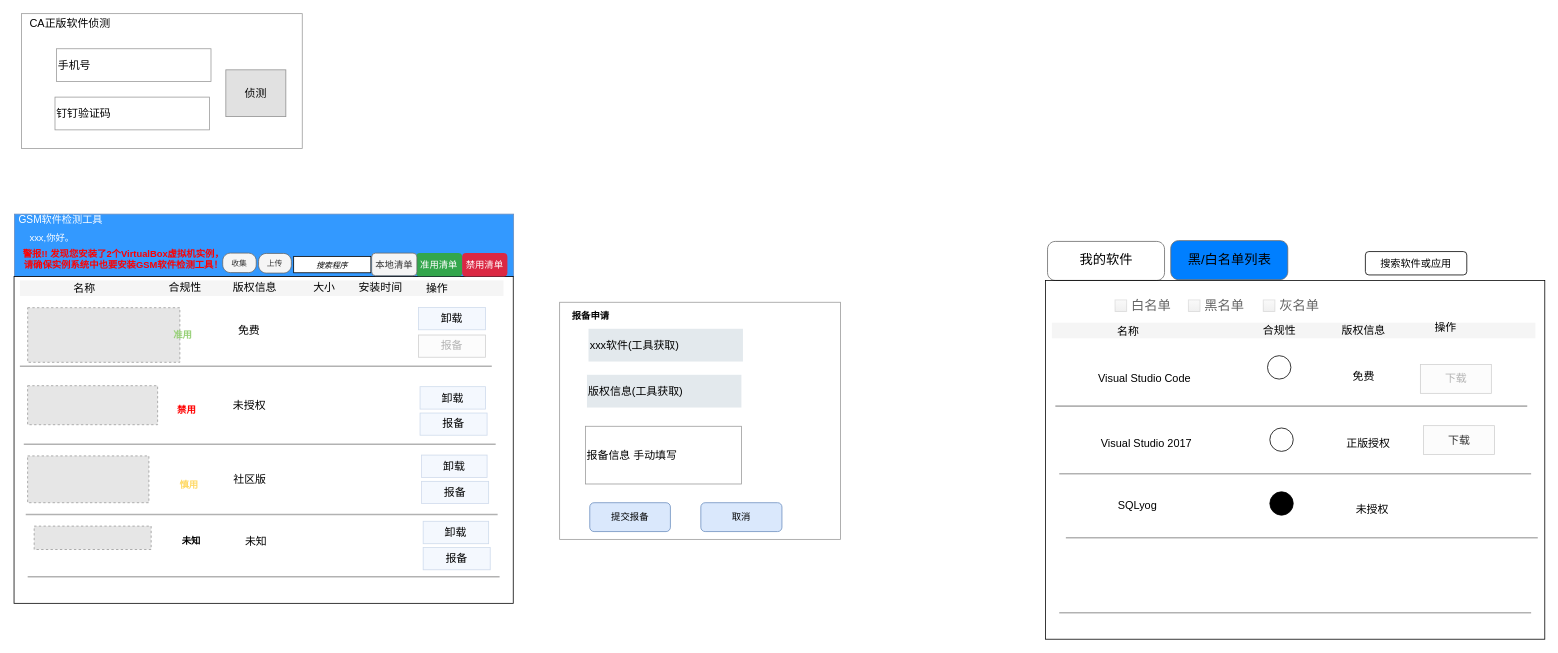
The draw.io diagram page "客户端v3" (7 of 8) of 正版软件管理.drawio in mashifei/uml, before the edit. Source tidied: cells renumbered, new cells numbered last; positions are measured from the earlier drawing's top-left corner, leaving out a move shared by most shapes. Both pictures are drawn from the tidied source at 78%, with x=0, y=0 at pixel (13, 13). Pictures stored in the file or linked from it are replaced by grey dashed boxes.
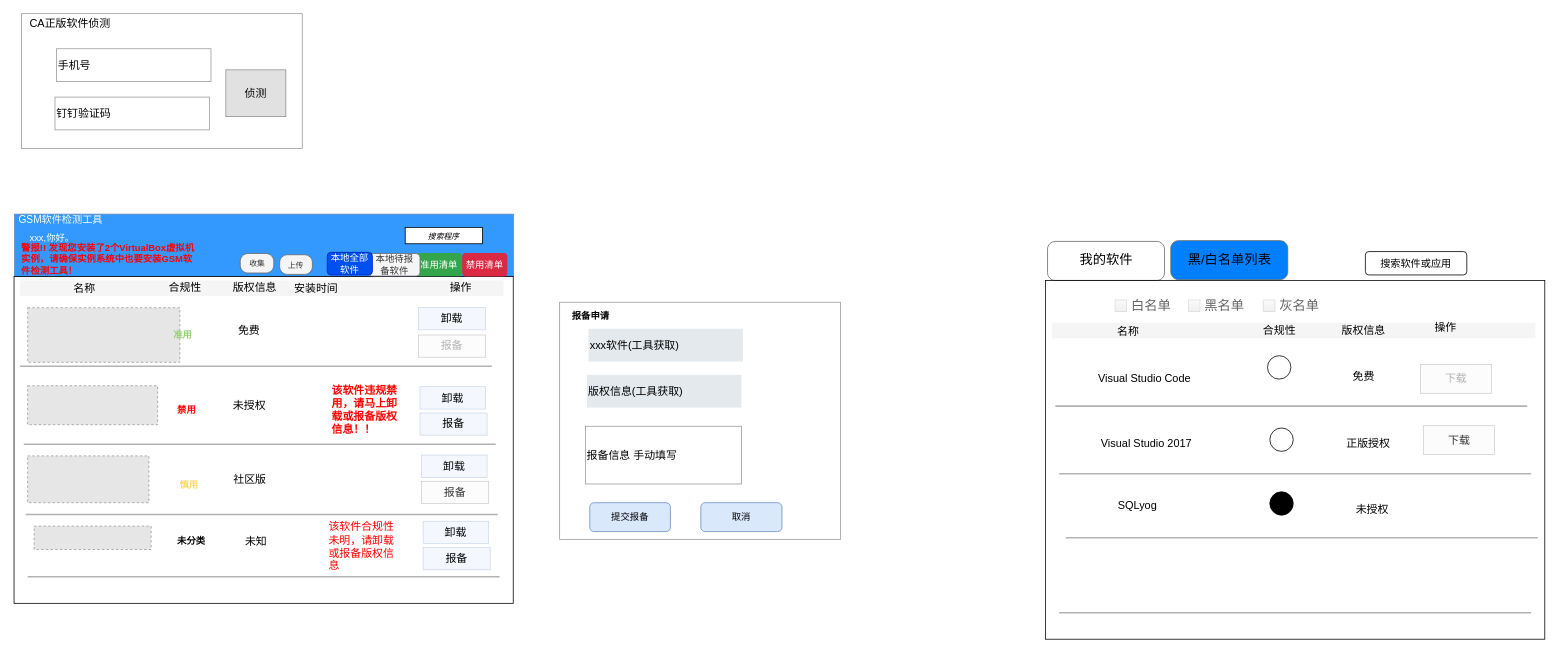
The same diagram, later.

Diff of the diagram source:
```diff
@@
     <mxCell id="4" value="收集" style="strokeWidth=1;shadow=0;dashed=0;align=center;html=1;shape=mxgraph.mockup.buttons.button;strokeColor=#666666;fontColor=#333333;mainText=;buttonStyle=round;fontSize=10;fontStyle=0;fillColor=#f5f5f5;whiteSpace=wrap;" parent="1" vertex="1">
-      <mxGeometry x="268" y="307" width="43" height="25" as="geometry" />
+      <mxGeometry x="290.5" y="307.5" width="43" height="25" as="geometry" />
     </mxCell>
@@
     <mxCell id="9" value="操作" style="text;html=1;strokeColor=none;fillColor=none;align=center;verticalAlign=middle;whiteSpace=wrap;rounded=0;shadow=0;sketch=0;fontSize=14;" parent="1" vertex="1">
-      <mxGeometry x="458" y="342" width="170" height="20" as="geometry" />
+      <mxGeometry x="525.5" y="341" width="95" height="20" as="geometry" />
     </mxCell>
@@
-    <mxCell id="54" value="报备" style="rounded=0;whiteSpace=wrap;html=1;shadow=0;sketch=0;fillColor=#dae8fc;fontSize=14;opacity=30;strokeColor=#6c8ebf;" parent="1" vertex="1">
+    <mxCell id="54" value="报备" style="rounded=0;whiteSpace=wrap;html=1;shadow=0;sketch=0;fillColor=#f5f5f5;fontSize=14;opacity=30;strokeColor=#666666;fontColor=#333333;" parent="1" vertex="1">
       <mxGeometry x="523" y="599.6" width="86" height="28.5" as="geometry" />
     </mxCell>
@@
-    <mxCell id="70" value="警报!! 发现您安装了2个VirtualBox虚拟机实例，请确保实例系统中也要安装GSM软件检测工具！" style="text;html=1;strokeColor=none;fillColor=none;align=center;verticalAlign=middle;whiteSpace=wrap;rounded=0;fontStyle=1;fontColor=#FF0000;" parent="1" vertex="1">
-      <mxGeometry x="8" y="305" width="266" height="20" as="geometry" />
+    <mxCell id="70" value="警报!! 发现您安装了2个VirtualBox虚拟机实例，请确保实例系统中也要安装GSM软件检测工具！" style="text;html=1;strokeColor=none;fillColor=none;align=left;verticalAlign=middle;whiteSpace=wrap;rounded=0;fontStyle=1;fontColor=#FF0000;" parent="1" vertex="1">
+      <mxGeometry x="8" y="305" width="230" height="20" as="geometry" />
     </mxCell>
@@
-    <mxCell id="74" value="未知" style="text;html=1;strokeColor=none;fillColor=none;align=center;verticalAlign=middle;whiteSpace=wrap;rounded=0;fontStyle=1;" parent="1" vertex="1">
+    <mxCell id="74" value="未分类" style="text;html=1;strokeColor=none;fillColor=none;align=center;verticalAlign=middle;whiteSpace=wrap;rounded=0;fontStyle=1;" parent="1" vertex="1">
       <mxGeometry x="208" y="667" width="40" height="20" as="geometry" />
     </mxCell>
     <mxCell id="75" value="上传" style="strokeWidth=1;shadow=0;dashed=0;align=center;html=1;shape=mxgraph.mockup.buttons.button;strokeColor=#666666;fontColor=#333333;mainText=;buttonStyle=round;fontSize=10;fontStyle=0;fillColor=#f5f5f5;whiteSpace=wrap;" parent="1" vertex="1">
-      <mxGeometry x="314" y="307.4" width="42" height="25.2" as="geometry" />
+      <mxGeometry x="341" y="309.1" width="42" height="25.2" as="geometry" />
     </mxCell>
     <mxCell id="76" value="搜索程序" style="rounded=0;whiteSpace=wrap;html=1;fontSize=10;fontStyle=2;" parent="1" vertex="1">
-      <mxGeometry x="359" y="311.2" width="99" height="21" as="geometry" />
+      <mxGeometry x="502" y="274" width="99" height="21" as="geometry" />
     </mxCell>
@@
-    <mxCell id="80" value="大小" style="text;html=1;strokeColor=none;fillColor=none;align=center;verticalAlign=middle;whiteSpace=wrap;rounded=0;shadow=0;sketch=0;fontSize=14;" parent="1" vertex="1">
-      <mxGeometry x="344" y="341" width="109" height="20" as="geometry" />
+    <mxCell id="80" value="该软件违规禁用，请马上卸载或报备版权信息！！" style="text;html=1;strokeColor=none;fillColor=none;align=left;verticalAlign=middle;whiteSpace=wrap;rounded=0;shadow=0;sketch=0;fontSize=14;fontColor=#FF0000;fontStyle=1;" parent="1" vertex="1">
+      <mxGeometry x="406" y="480.8" width="96" height="55" as="geometry" />
     </mxCell>
+    <mxCell id="82" value="安装时间" style="text;html=1;strokeColor=none;fillColor=none;align=center;verticalAlign=middle;whiteSpace=wrap;rounded=0;shadow=0;sketch=0;fontSize=14;" parent="1" vertex="1">
+      <mxGeometry x="349" y="342" width="78" height="20" as="geometry" />
+    </mxCell>
+    <mxCell id="83" value="该软件合规性未明，请卸载或报备版权信息" style="text;html=1;strokeColor=none;fillColor=none;align=left;verticalAlign=middle;whiteSpace=wrap;rounded=0;shadow=0;sketch=0;fontSize=14;fontColor=#FF0000;fontStyle=0;" parent="1" vertex="1">
+      <mxGeometry x="402" y="655" width="96" height="55" as="geometry" />
+    </mxCell>
+    <mxCell id="84" value="本地待报备软件" style="html=1;shadow=0;dashed=0;shape=mxgraph.bootstrap.rrect;rSize=5;strokeWidth=1;whiteSpace=wrap;align=center;verticalAlign=middle;spacingLeft=0;fontStyle=0;fontSize=12;spacing=5;fillColor=#f5f5f5;strokeColor=#666666;fontColor=#333333;" parent="1" vertex="1">
+      <mxGeometry x="454.5" y="307.5" width="66.5" height="29" as="geometry" />
+    </mxCell>
-    <mxCell id="81" value="本地清单" style="html=1;shadow=0;dashed=0;shape=mxgraph.bootstrap.rrect;rSize=5;strokeWidth=1;whiteSpace=wrap;align=center;verticalAlign=middle;spacingLeft=0;fontStyle=0;fontSize=12;spacing=5;fillColor=#f5f5f5;strokeColor=#666666;fontColor=#333333;" parent="1" vertex="1">
-      <mxGeometry x="459" y="307" width="58" height="29" as="geometry" />
+    <mxCell id="81" value="本地全部软件" style="html=1;shadow=0;dashed=0;shape=mxgraph.bootstrap.rrect;rSize=5;strokeWidth=1;whiteSpace=wrap;align=center;verticalAlign=middle;spacingLeft=0;fontStyle=0;fontSize=12;spacing=5;fillColor=#0050ef;strokeColor=#001DBC;fontColor=#ffffff;" parent="1" vertex="1">
+      <mxGeometry x="402" y="306" width="58" height="29" as="geometry" />
     </mxCell>
-    <mxCell id="82" value="安装时间" style="text;html=1;strokeColor=none;fillColor=none;align=center;verticalAlign=middle;whiteSpace=wrap;rounded=0;shadow=0;sketch=0;fontSize=14;" parent="1" vertex="1">
-      <mxGeometry x="416" y="341" width="109" height="20" as="geometry" />
-    </mxCell>
```
